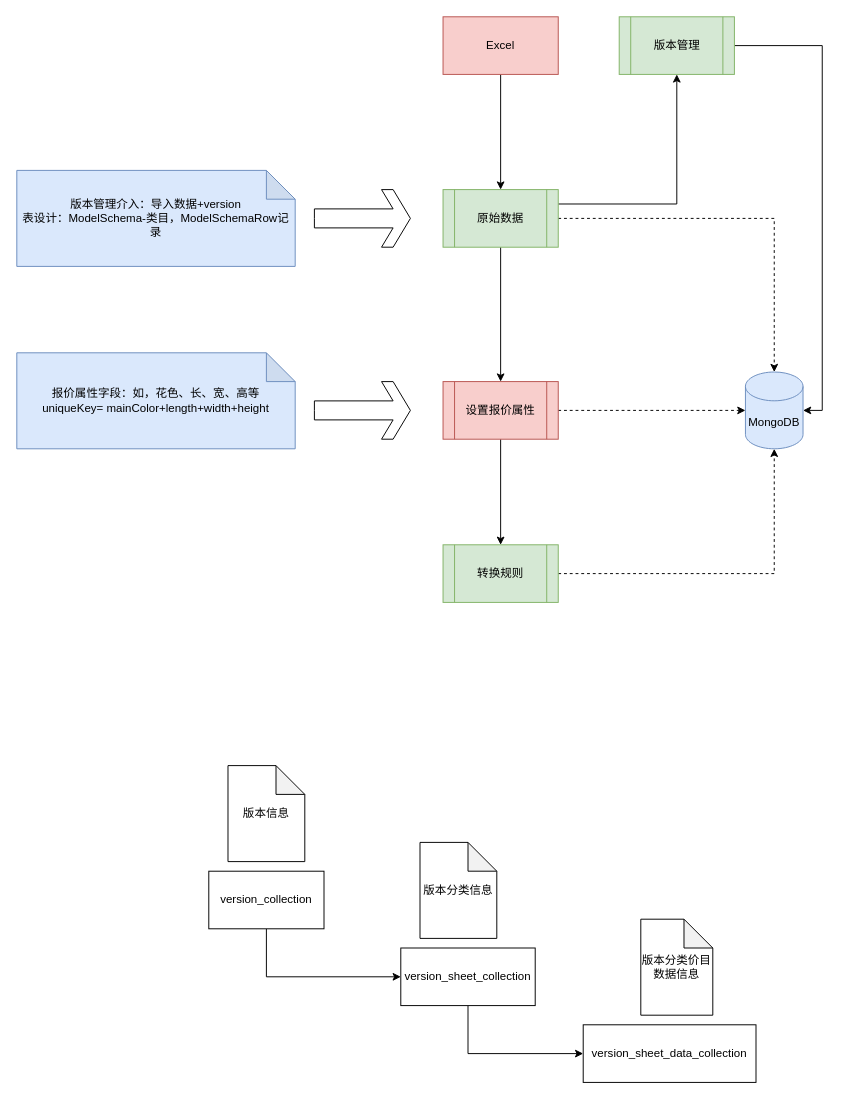
Earlier version of the draw.io diagram page "价目表管理" (4 of 5) of oms相关系统关系.drawio (SunflowersOfJava/boonya-learning-socket). Source tidied: cells renumbered, new cells numbered last; positions are measured from the earlier drawing's top-left corner, leaving out a move shared by most shapes. Both pictures are drawn from the tidied source at 96%, with x=0, y=0 at pixel (16, 16).
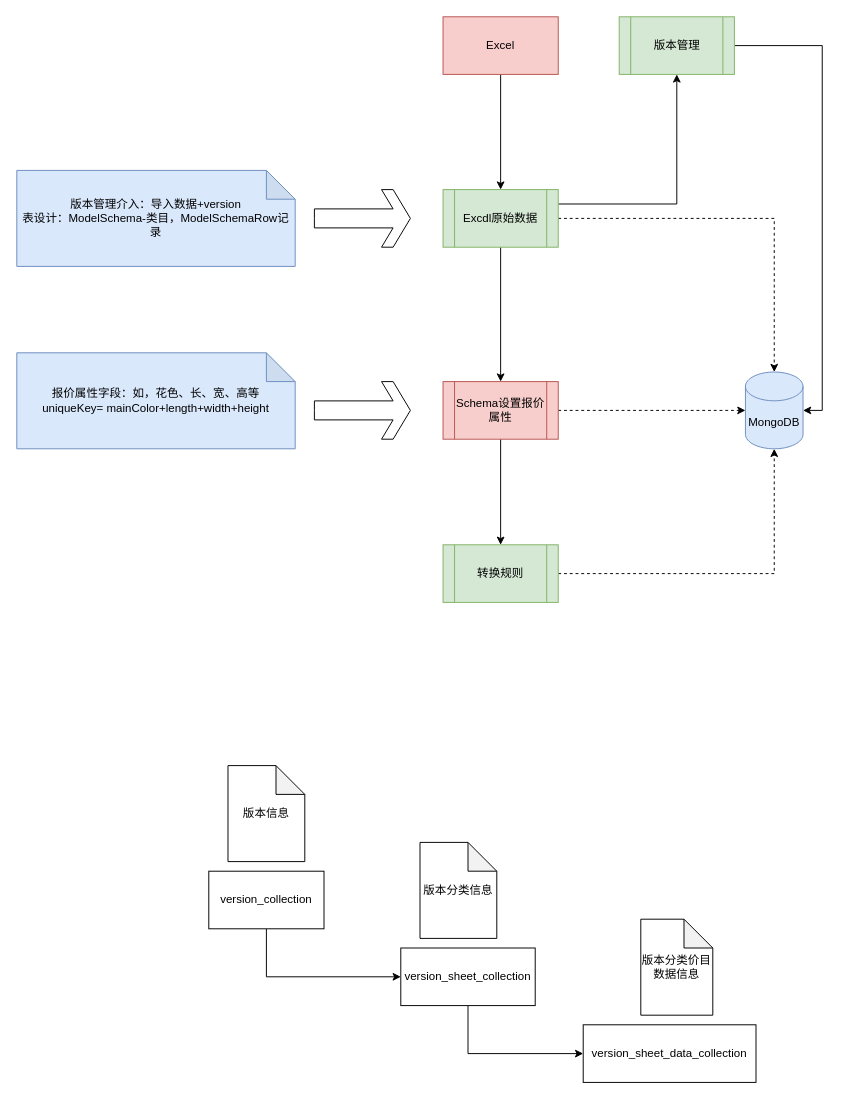
After the change.

Commit message (it also covers changes not shown here):
更新oms相关系统关系.drawio

The edit, as a diff of the source:
```diff
@@
-    <mxCell id="7" value="原始数据" style="shape=process;whiteSpace=wrap;html=1;backgroundOutline=1;fillColor=#d5e8d4;strokeColor=#82b366;" parent="1" vertex="1">
+    <mxCell id="7" value="Excdl原始数据" style="shape=process;whiteSpace=wrap;html=1;backgroundOutline=1;fillColor=#d5e8d4;strokeColor=#82b366;" parent="1" vertex="1">
       <mxGeometry x="444" y="180" width="120" height="60" as="geometry" />
     </mxCell>
@@
-    <mxCell id="11" value="设置报价属性" style="shape=process;whiteSpace=wrap;html=1;backgroundOutline=1;fillColor=#f8cecc;strokeColor=#b85450;" parent="1" vertex="1">
+    <mxCell id="11" value="Schema设置报价属性" style="shape=process;whiteSpace=wrap;html=1;backgroundOutline=1;fillColor=#f8cecc;strokeColor=#b85450;" parent="1" vertex="1">
       <mxGeometry x="444" y="380" width="120" height="60" as="geometry" />
     </mxCell>
```
